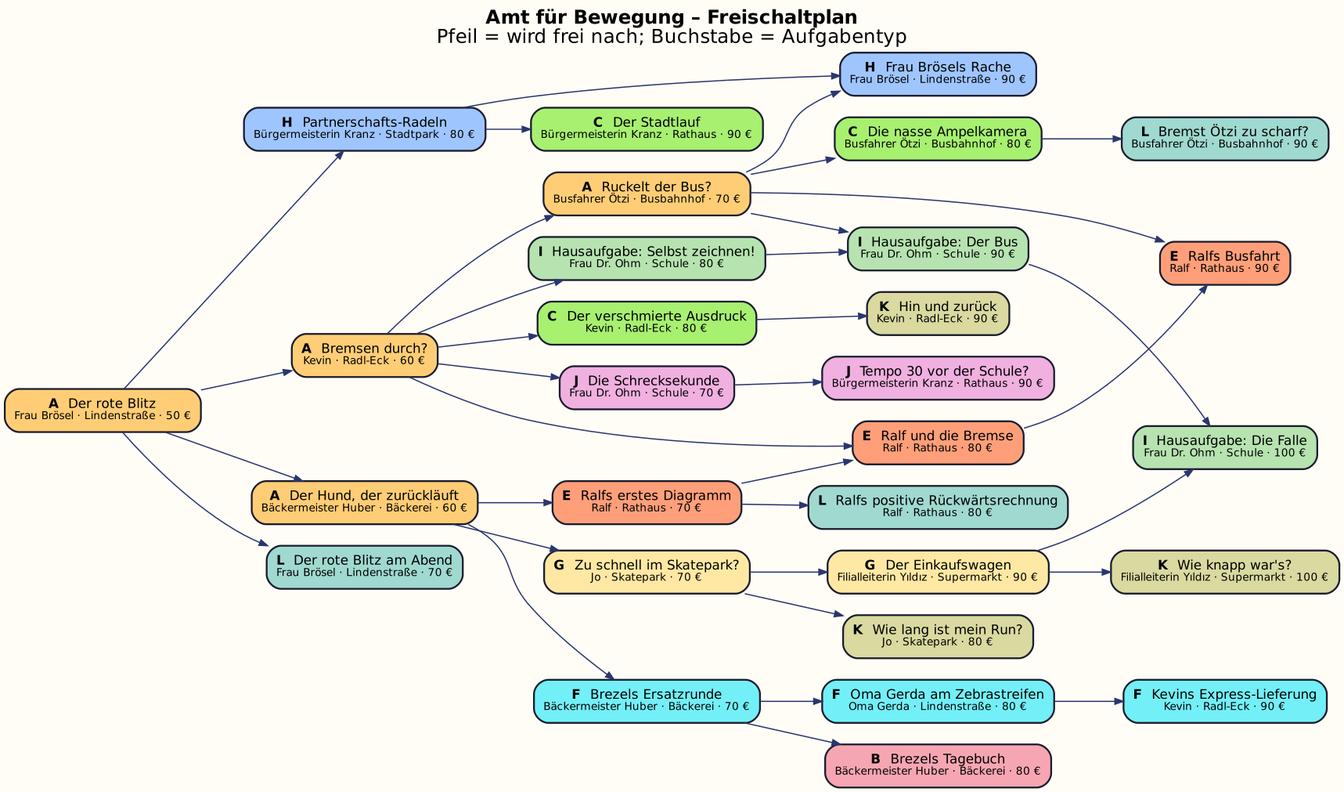
Before: docs/questplan.png, a diagram exported from Graphviz (MJMssnr/amt-fuer-bewegung). Its source is kept beside it as docs/questplan.dot.
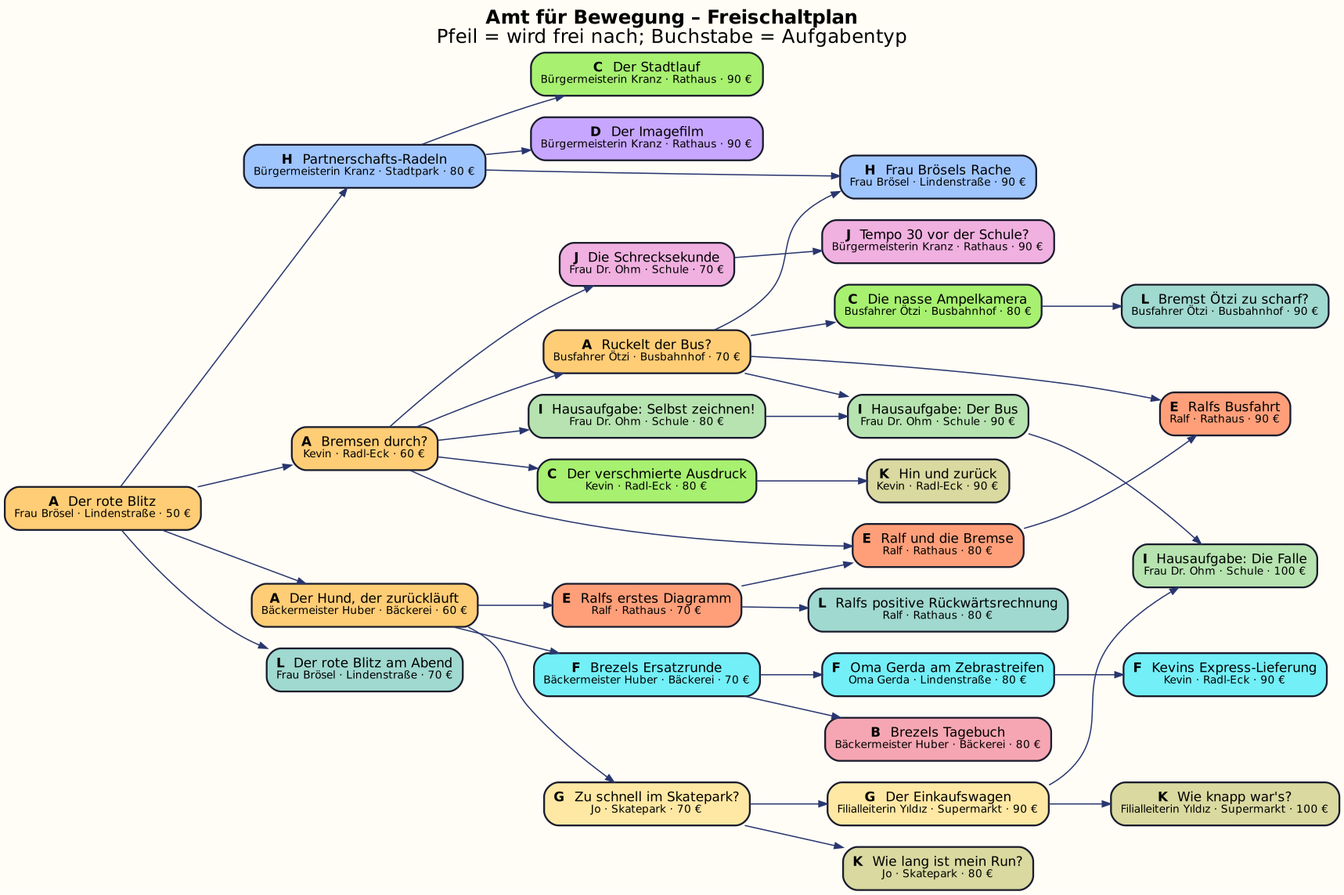
After the commit.

What changed in the source:
```diff
@@ -32,6 +32,7 @@
   t27_steigung_blitz [fillcolor="#a0d9d0" label=<<b>L</b>  Der rote Blitz am Abend<br/><font point-size="9">Frau Brösel · Lindenstraße · 70 €</font>>];
   t28_steigung_ralf [fillcolor="#a0d9d0" label=<<b>L</b>  Ralfs positive Rückwärtsrechnung<br/><font point-size="9">Ralf · Rathaus · 80 €</font>>];
   t29_steigung_bus [fillcolor="#a0d9d0" label=<<b>L</b>  Bremst Ötzi zu scharf?<br/><font point-size="9">Busfahrer Ötzi · Busbahnhof · 90 €</font>>];
+  t30_regie_imagefilm [fillcolor="#c7a6ff" label=<<b>D</b>  Der Imagefilm<br/><font point-size="9">Bürgermeisterin Kranz · Rathaus · 90 €</font>>];
   t01_sportwagen -> t02_kevin;
   t02_kevin -> t03_bus;
   t01_sportwagen -> t04_brezel;
@@ -65,4 +66,5 @@
   t01_sportwagen -> t27_steigung_blitz;
   t12_ralf_brezel -> t28_steigung_ralf;
   t10_ampelkamera -> t29_steigung_bus;
+  t05_radeln -> t30_regie_imagefilm;
 }
```
